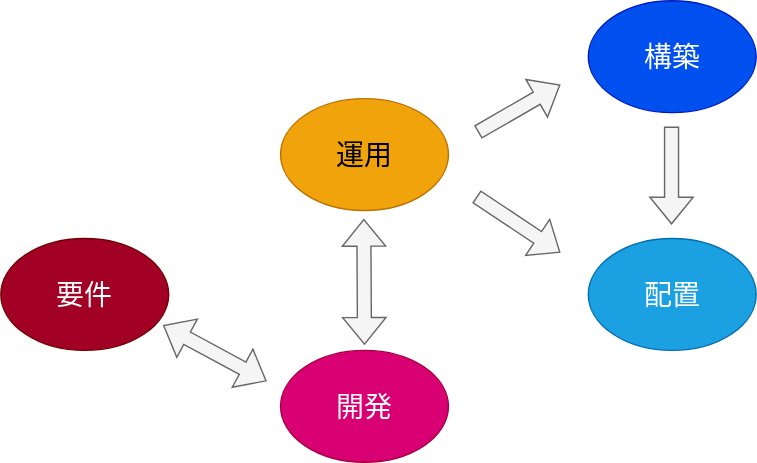
Above: docs/images/life_cycle.drawio.svg in k2works/case-study-mrs (draw.io), before the change. Source tidied: cells renumbered, new cells last; positions are measured from the earlier drawing's top-left corner, leaving out a move shared by most shapes.
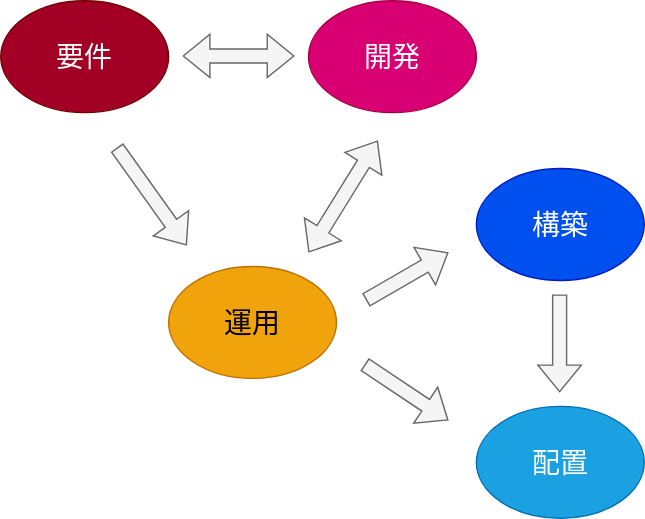
Later version of the same file.

Change to the diagram source:
```diff
@@ -6,13 +6,13 @@
       <mxGeometry x="420" y="170" width="120" height="80" as="geometry" />
     </mxCell>
     <mxCell id="3" value="開発" style="ellipse;whiteSpace=wrap;html=1;fontSize=20;fillColor=#d80073;fontColor=#ffffff;strokeColor=#A50040;" parent="1" vertex="1">
-      <mxGeometry x="200" y="250" width="120" height="80" as="geometry" />
+      <mxGeometry x="300" y="-120" width="120" height="80" as="geometry" />
     </mxCell>
     <mxCell id="4" value="構築" style="ellipse;whiteSpace=wrap;html=1;fontSize=20;fillColor=#0050ef;fontColor=#ffffff;strokeColor=#001DBC;" parent="1" vertex="1">
       <mxGeometry x="420" width="120" height="80" as="geometry" />
     </mxCell>
     <mxCell id="5" value="要件" style="ellipse;whiteSpace=wrap;html=1;fontSize=20;fillColor=#a20025;fontColor=#ffffff;strokeColor=#6F0000;" parent="1" vertex="1">
-      <mxGeometry y="170" width="120" height="80" as="geometry" />
+      <mxGeometry x="80" y="-120" width="120" height="80" as="geometry" />
     </mxCell>
     <mxCell id="6" style="shape=flexArrow;endArrow=classic;html=1;rounded=0;fillColor=#f5f5f5;strokeColor=#666666;" parent="1" edge="1">
       <mxGeometry relative="1" as="geometry">
@@ -22,8 +22,8 @@
     </mxCell>
     <mxCell id="7" style="shape=flexArrow;endArrow=classic;startArrow=classic;html=1;rounded=0;fillColor=#f5f5f5;strokeColor=#666666;" parent="1" edge="1">
       <mxGeometry relative="1" as="geometry">
-        <mxPoint x="190" y="272" as="sourcePoint" />
-        <mxPoint x="116" y="232" as="targetPoint" />
+        <mxPoint x="290" y="-80.5" as="sourcePoint" />
+        <mxPoint x="210" y="-80.5" as="targetPoint" />
       </mxGeometry>
     </mxCell>
     <mxCell id="8" value="運用" style="ellipse;whiteSpace=wrap;html=1;fontSize=20;fillColor=#f0a30a;fontColor=#000000;strokeColor=#BD7000;" parent="1" vertex="1">
@@ -43,9 +43,15 @@
     </mxCell>
     <mxCell id="11" style="shape=flexArrow;endArrow=classic;startArrow=classic;html=1;rounded=0;fillColor=#f5f5f5;strokeColor=#666666;" parent="1" edge="1">
       <mxGeometry relative="1" as="geometry">
-        <mxPoint x="260" y="246" as="sourcePoint" />
-        <mxPoint x="259.5" y="156" as="targetPoint" />
+        <mxPoint x="300" y="60" as="sourcePoint" />
+        <mxPoint x="349.5" y="-20" as="targetPoint" />
       </mxGeometry>
     </mxCell>
+    <mxCell id="12" style="shape=flexArrow;endArrow=classic;html=1;rounded=0;fillColor=#f5f5f5;strokeColor=#666666;" parent="1" edge="1">
+      <mxGeometry relative="1" as="geometry">
+        <mxPoint x="163" y="-15" as="sourcePoint" />
+        <mxPoint x="213" y="55" as="targetPoint" />
+      </mxGeometry>
+    </mxCell>
   </root>
 </mxGraphModel>
```
